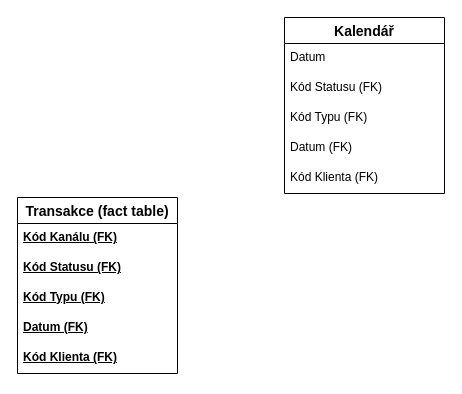
Earlier version of the draw.io diagram page "Star" (3 of 3) of pis-hw5.drawio (Finishxx/draw-io). Source tidied: cells renumbered, new cells numbered last; positions are measured from the earlier drawing's top-left corner, leaving out a move shared by most shapes. Both pictures are drawn from the tidied source at 100%, with x=0, y=0 at pixel (17, 17).
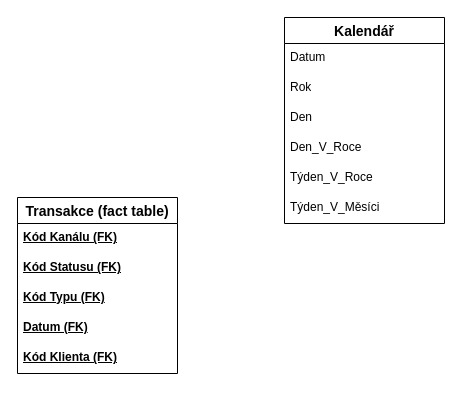
After the change.

Diff of the diagram source:
```diff
@@
 <mxGraphModel>
   <root>
     <mxCell id="0" />
     <mxCell id="1" parent="0" />
     <mxCell id="2" value="Transakce (fact table)" style="swimlane;fontStyle=1;horizontal=1;startSize=26;align=center;fontSize=14;" parent="1" vertex="1">
       <mxGeometry y="180" width="160" height="176" as="geometry" />
     </mxCell>
     <mxCell id="3" value="Kód Kanálu (FK)" style="text;strokeColor=none;fillColor=none;spacingLeft=4;spacingRight=4;overflow=hidden;fontSize=12;whiteSpace=wrap;html=1;fontStyle=5;" parent="2" vertex="1">
       <mxGeometry y="26" width="160" height="30" as="geometry" />
     </mxCell>
     <mxCell id="4" value="Kód Statusu (FK)" style="text;strokeColor=none;fillColor=none;spacingLeft=4;spacingRight=4;overflow=hidden;fontSize=12;whiteSpace=wrap;html=1;fontStyle=5;" parent="2" vertex="1">
       <mxGeometry y="56" width="160" height="30" as="geometry" />
     </mxCell>
     <mxCell id="5" value="Kód Typu (FK)" style="text;strokeColor=none;fillColor=none;spacingLeft=4;spacingRight=4;overflow=hidden;fontSize=12;whiteSpace=wrap;html=1;fontStyle=5;" parent="2" vertex="1">
       <mxGeometry y="86" width="160" height="30" as="geometry" />
     </mxCell>
     <mxCell id="6" value="Datum (FK)" style="text;strokeColor=none;fillColor=none;spacingLeft=4;spacingRight=4;overflow=hidden;fontSize=12;whiteSpace=wrap;html=1;fontStyle=5;" parent="2" vertex="1">
       <mxGeometry y="116" width="160" height="30" as="geometry" />
     </mxCell>
     <mxCell id="7" value="Kód Klienta (FK)" style="text;strokeColor=none;fillColor=none;spacingLeft=4;spacingRight=4;overflow=hidden;fontSize=12;whiteSpace=wrap;html=1;fontStyle=5;" parent="2" vertex="1">
       <mxGeometry y="146" width="160" height="30" as="geometry" />
     </mxCell>
     <mxCell id="8" value="Kalendář" style="swimlane;fontStyle=1;horizontal=1;startSize=26;align=center;fontSize=14;" parent="1" vertex="1">
-      <mxGeometry x="267" width="160" height="176" as="geometry" />
+      <mxGeometry x="267" width="160" height="206" as="geometry" />
     </mxCell>
     <mxCell id="9" value="Datum" style="text;strokeColor=none;fillColor=none;spacingLeft=4;spacingRight=4;overflow=hidden;fontSize=12;whiteSpace=wrap;html=1;" parent="8" vertex="1">
       <mxGeometry y="26" width="160" height="30" as="geometry" />
     </mxCell>
-    <mxCell id="10" value="Kód Statusu (FK)" style="text;strokeColor=none;fillColor=none;spacingLeft=4;spacingRight=4;overflow=hidden;fontSize=12;whiteSpace=wrap;html=1;" parent="8" vertex="1">
+    <mxCell id="10" value="Rok" style="text;strokeColor=none;fillColor=none;spacingLeft=4;spacingRight=4;overflow=hidden;fontSize=12;whiteSpace=wrap;html=1;" parent="8" vertex="1">
       <mxGeometry y="56" width="160" height="30" as="geometry" />
     </mxCell>
-    <mxCell id="11" value="Kód Typu (FK)" style="text;strokeColor=none;fillColor=none;spacingLeft=4;spacingRight=4;overflow=hidden;fontSize=12;whiteSpace=wrap;html=1;" parent="8" vertex="1">
+    <mxCell id="11" value="Den" style="text;strokeColor=none;fillColor=none;spacingLeft=4;spacingRight=4;overflow=hidden;fontSize=12;whiteSpace=wrap;html=1;" parent="8" vertex="1">
       <mxGeometry y="86" width="160" height="30" as="geometry" />
     </mxCell>
-    <mxCell id="12" value="Datum (FK)" style="text;strokeColor=none;fillColor=none;spacingLeft=4;spacingRight=4;overflow=hidden;fontSize=12;whiteSpace=wrap;html=1;" parent="8" vertex="1">
+    <mxCell id="12" value="Den_V_Roce" style="text;strokeColor=none;fillColor=none;spacingLeft=4;spacingRight=4;overflow=hidden;fontSize=12;whiteSpace=wrap;html=1;" parent="8" vertex="1">
       <mxGeometry y="116" width="160" height="30" as="geometry" />
     </mxCell>
-    <mxCell id="13" value="Kód Klienta (FK)" style="text;strokeColor=none;fillColor=none;spacingLeft=4;spacingRight=4;overflow=hidden;fontSize=12;whiteSpace=wrap;html=1;" parent="8" vertex="1">
+    <mxCell id="13" value="Týden_V_Roce" style="text;strokeColor=none;fillColor=none;spacingLeft=4;spacingRight=4;overflow=hidden;fontSize=12;whiteSpace=wrap;html=1;" parent="8" vertex="1">
       <mxGeometry y="146" width="160" height="30" as="geometry" />
     </mxCell>
+    <mxCell id="14" value="Týden_V_Měsíci" style="text;strokeColor=none;fillColor=none;spacingLeft=4;spacingRight=4;overflow=hidden;fontSize=12;whiteSpace=wrap;html=1;" parent="8" vertex="1">
+      <mxGeometry y="176" width="160" height="30" as="geometry" />
+    </mxCell>
   </root>
 </mxGraphModel>
```
